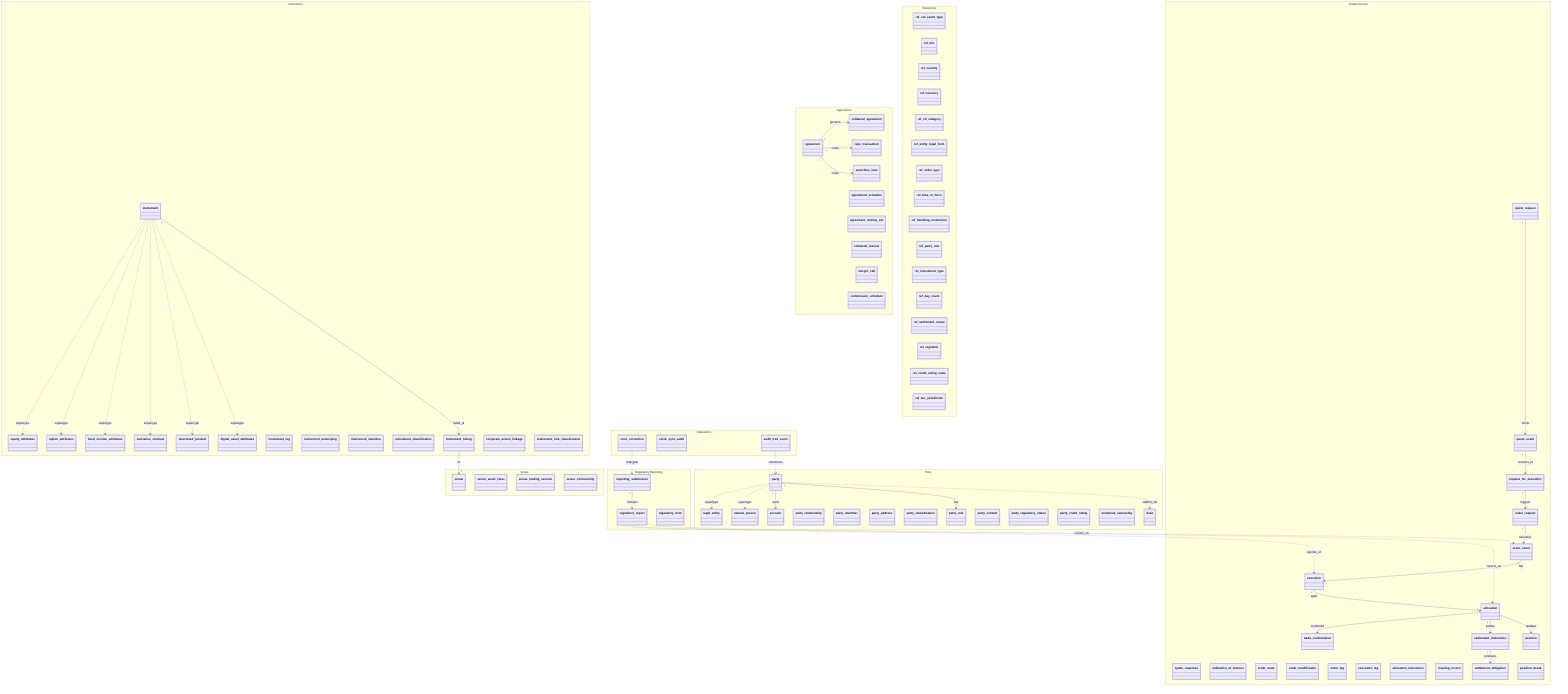
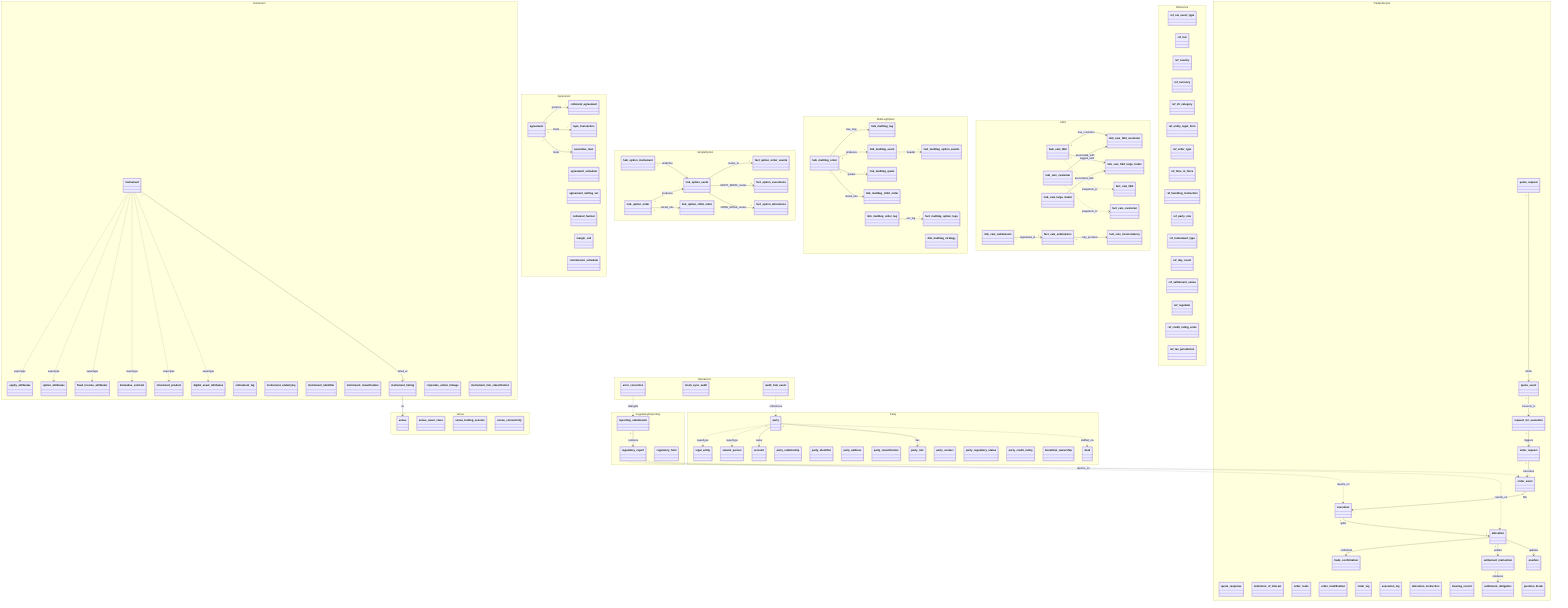
- %% full_model_er.mmd - Full Enterprise Model (all 83 entities, clustered)
+ %% full_model_er.mmd - Full Enterprise Model (post-v4.1.0r15)
%% Rendering: classDiagram with UML cluster namespaces per subject area
%% Purpose: one-page overview - details live in subject-area ERs
+ %% Source: aligned to FINRA CAT IM Tech Specs v4.1.0r15 + CAIS v2.2.0r4
+ %%
+ %% Coverage spans 12 subject areas including the post-remediation modules:
+ %%   * MultiLegOption (Section 5.2 of CAT IM)
+ %%   * SimpleOption (Section 5.1 of CAT IM)
+ %%   * CAIS (FINRA CAT CAIS Tech Specs v2.2.0r4)

classDiagram
 direction TB

 namespace Party {
 class party
 class legal_entity
 class natural_person
 class party_role
 class party_relationship
 class party_identifier
 class party_address
 class party_classification
 class account
 class party_contact
 class party_regulatory_status
 class party_credit_rating
 class beneficial_ownership
 class desk
 }

 namespace Instrument {
 class instrument
 class equity_attributes
 class option_attributes
 class fixed_income_attributes
 class digital_asset_attributes
 class derivative_contract
 class structured_product
 class instrument_leg
 class instrument_underlying
 class instrument_identifier
 class instrument_classification
 class instrument_listing
 class corporate_action_linkage
 class instrument_risk_classification
 }

 namespace Venue {
 class venue
 class venue_asset_class
 class venue_trading_session
 class venue_connectivity
 }

 namespace Agreement {
 class agreement
 class agreement_schedule
 class agreement_netting_set
 class collateral_agreement
 class collateral_haircut
 class margin_call
 class repo_transaction
 class securities_loan
 class commission_schedule
 }

 namespace TradeLifecycle {
 class quote_request
 class quote_event
 class quote_response
 class request_for_execution
 class indication_of_interest
 class order_request
 class order_event
 class order_route
 class order_modification
 class order_leg
 class execution
 class execution_leg
 class allocation
 class allocation_instruction
 class trade_confirmation
 class clearing_record
 class settlement_instruction
 class settlement_obligation
 class position
 class position_break
 }

+  namespace SimpleOption {
+  class hub_option_order
+  class hub_option_instrument
+  class link_option_event
+  class link_option_child_order
+  class fact_option_order_events
+  class fact_option_executions
+  class fact_option_allocations
+  }
+ 
+  namespace MultiLegOption {
+  class hub_multileg_order
+  class hub_multileg_leg
+  class link_multileg_order_leg
+  class link_multileg_event
+  class link_multileg_quote
+  class link_multileg_child_order
+  class fact_multileg_option_events
+  class fact_multileg_option_legs
+  class dim_multileg_strategy
+  }
+ 
+  namespace CAIS {
+  class hub_cais_fdid
+  class hub_cais_customer
+  class hub_cais_large_trader
+  class link_cais_fdid_customer
+  class link_cais_fdid_large_trader
+  class link_cais_submission
+  class fact_cais_fdid
+  class fact_cais_customer
+  class fact_cais_submission
+  class fact_cais_inconsistency
+  }
+ 
 namespace Operations {
 class error_correction
 class clock_sync_audit
 class audit_trail_event
 }

 namespace RegulatoryReporting {
 class reporting_submission
 class regulatory_report
 class regulatory_hold
 }

 namespace Reference {
 class ref_cat_event_type
 class ref_mic
 class ref_country
 class ref_currency
 class ref_cfi_category
 class ref_entity_legal_form
 class ref_order_type
 class ref_time_in_force
 class ref_handling_instruction
 class ref_party_role
 class ref_instrument_type
 class ref_day_count
 class ref_settlement_venue
 class ref_regulator
 class ref_credit_rating_scale
 class ref_tax_jurisdiction
 }

 party..> legal_entity : supertype
 party..> natural_person : supertype
 party "1" --> "*" account : owns
 party "1" --> "*" party_role : has
 party..> desk : staffed_via

 instrument..> equity_attributes : supertype
 instrument..> option_attributes : supertype
 instrument..> fixed_income_attributes : supertype
 instrument..> derivative_contract : supertype
 instrument..> structured_product : supertype
 instrument..> digital_asset_attributes : supertype
 instrument "1" --> "*" instrument_listing : listed_at
 instrument_listing "*" --> "1" venue : on

 agreement "1" --> "*" collateral_agreement : governs
 agreement "1" --> "*" repo_transaction : hosts
 agreement "1" --> "*" securities_loan : hosts

 quote_request "1" --> "*" quote_event : elicits
 quote_event "1" --> "*" request_for_execution : converts_to
 request_for_execution "1" --> "*" order_request : triggers
 order_request "1" --> "*" order_event : becomes
 order_event "1" --> "*" execution : fills
 execution "1" --> "*" allocation : splits
 allocation "1" --> "*" trade_confirmation : confirmed
 allocation "1" --> "*" settlement_instruction : settled
 settlement_instruction "1" --> "1" settlement_obligation : produces
 allocation "1" --> "*" position : updates

 reporting_submission "1" --> "*" regulatory_report : contains
 regulatory_report..> execution : reports_on
 regulatory_report..> allocation : reports_on
 regulatory_report..> order_event : reports_on

 audit_trail_event..> party : references
 error_correction..> reporting_submission : retargets
+ 
+  %% Simple option module (CAT IM Section 5.1)
+  hub_option_order "1" --> "*" link_option_event : produces
+  hub_option_instrument "1" --> "*" link_option_event : underlies
+  hub_option_order "1" --> "*" link_option_child_order : sliced_into
+  link_option_event "*" --> "1" fact_option_order_events : routes_to
+  link_option_event "*" --> "1" fact_option_executions : MOOT_MOOF_routes
+  link_option_event "*" --> "1" fact_option_allocations : MOPA_MOAA_routes
+ 
+  %% Multi-leg option module (CAT IM Section 5.2)
+  hub_multileg_order "1" --> "*" hub_multileg_leg : has_legs
+  hub_multileg_order "1" --> "*" link_multileg_event : produces
+  hub_multileg_order "1" --> "*" link_multileg_quote : quotes
+  hub_multileg_order "1" --> "*" link_multileg_child_order : sliced_into
+  link_multileg_event "*" --> "1" fact_multileg_option_events : header
+  link_multileg_order_leg "*" --> "1" fact_multileg_option_legs : per_leg
+ 
+  %% CAIS module (CAIS Tech Specs v2.2.0r4)
+  hub_cais_fdid "1" --> "*" link_cais_fdid_customer : has_customer
+  hub_cais_customer "1" --> "*" link_cais_fdid_customer : associated_with
+  hub_cais_fdid "1" --> "*" link_cais_fdid_large_trader : tagged_with
+  hub_cais_large_trader "1" --> "*" link_cais_fdid_large_trader : associated_with
+  link_cais_submission "*" --> "1" fact_cais_submission : registered_in
+  hub_cais_fdid..> fact_cais_fdid : snapshots_to
+  hub_cais_customer..> fact_cais_customer : snapshots_to
+  fact_cais_submission "1" --> "*" fact_cais_inconsistency : may_produce
